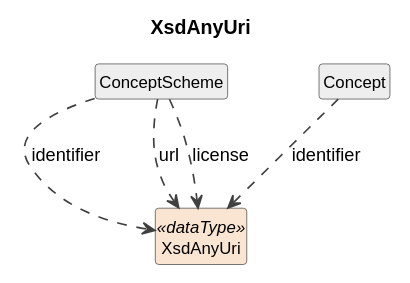
The PlantUML diagram build/plantuml/cdifCodelist/DataTypes/XsdAnyUri.svg in Cross-Domain-Interoperability-Framework/metadataBuildingBlocks, before a commit.
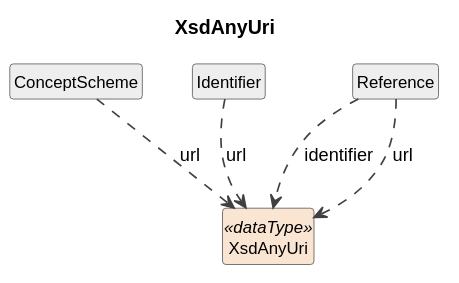
After the commit.

What changed in the source:
```diff
@@ -12,9 +12,10 @@
 
 class "XsdAnyUri" as XsdAnyUri <<dataType>> #FAE5D3
 class "ConceptScheme" as ConceptScheme #EEEEEE
-ConceptScheme ..> XsdAnyUri : identifier
 ConceptScheme ..> XsdAnyUri : url
-ConceptScheme ..> XsdAnyUri : license
-class "Concept" as Concept #EEEEEE
-Concept ..> XsdAnyUri : identifier
+class "Identifier" as Identifier #EEEEEE
+Identifier ..> XsdAnyUri : url
+class "Reference" as Reference #EEEEEE
+Reference ..> XsdAnyUri : identifier
+Reference ..> XsdAnyUri : url
 @enduml
```
